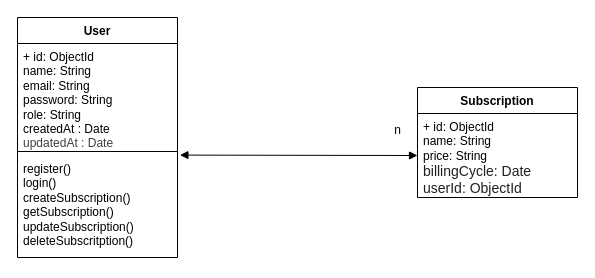
Above: digrammes/class.drawio in walidnoussir/API-SubLedger (draw.io), before the change. Source tidied: cells renumbered, new cells numbered last; positions are measured from the earlier drawing's top-left corner, leaving out a move shared by most shapes. Both pictures are drawn from the tidied source at 100%, with x=0, y=0 at pixel (17, 17).
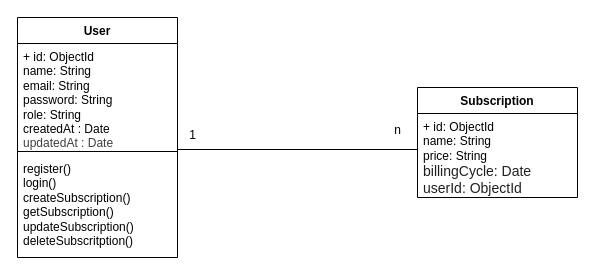
The same page after the edit.

Diff of the diagram source:
```diff
@@
 <mxGraphModel>
   <root>
     <mxCell id="0" />
     <mxCell id="1" parent="0" />
     <mxCell id="2" value="User" style="swimlane;fontStyle=1;align=center;verticalAlign=top;horizontal=1;startSize=26;whiteSpace=wrap;html=1;" parent="1" vertex="1">
       <mxGeometry width="160" height="240" as="geometry" />
     </mxCell>
     <mxCell id="3" value="+ id: ObjectId&lt;div&gt;name: String&lt;/div&gt;&lt;div&gt;email: String&lt;/div&gt;&lt;div&gt;password: String&lt;/div&gt;&lt;div&gt;role: String&lt;/div&gt;&lt;div&gt;createdAt : Date&lt;/div&gt;&lt;div&gt;&lt;div style=&quot;color: rgb(63, 63, 63); scrollbar-color: rgb(226, 226, 226) rgb(251, 251, 251);&quot;&gt;updatedAt : Date&lt;/div&gt;&lt;div style=&quot;color: rgb(63, 63, 63); scrollbar-color: rgb(226, 226, 226) rgb(251, 251, 251);&quot;&gt;&lt;br style=&quot;color: rgb(63, 63, 63); scrollbar-color: rgb(226, 226, 226) rgb(251, 251, 251);&quot;&gt;&lt;/div&gt;&lt;/div&gt;" style="text;strokeColor=none;fillColor=none;align=left;verticalAlign=top;spacingLeft=4;spacingRight=4;overflow=hidden;whiteSpace=wrap;html=1;" parent="2" vertex="1">
       <mxGeometry y="26" width="160" height="104" as="geometry" />
     </mxCell>
     <mxCell id="4" style="line;strokeWidth=1;fillColor=none;align=left;verticalAlign=middle;spacingTop=-1;spacingLeft=3;spacingRight=3;labelPosition=right;strokeColor=inherit;" parent="2" vertex="1">
       <mxGeometry y="130" width="160" height="8" as="geometry" />
     </mxCell>
     <mxCell id="5" value="&lt;div&gt;register()&lt;/div&gt;login()&lt;div&gt;createSubscription()&lt;/div&gt;&lt;div&gt;getSubscription()&lt;/div&gt;&lt;div&gt;updateSubscription()&lt;/div&gt;&lt;div&gt;deleteSubscritption()&lt;/div&gt;" style="text;strokeColor=none;fillColor=none;align=left;verticalAlign=top;spacingLeft=4;spacingRight=4;overflow=hidden;points=[[0,0.5],[1,0.5]];portConstraint=eastwest;whiteSpace=wrap;html=1;" parent="2" vertex="1">
       <mxGeometry y="138" width="160" height="102" as="geometry" />
     </mxCell>
     <mxCell id="6" value="Subscription&lt;div&gt;&lt;br&gt;&lt;/div&gt;" style="swimlane;fontStyle=1;align=center;verticalAlign=top;horizontal=1;startSize=26;whiteSpace=wrap;html=1;" parent="1" vertex="1">
       <mxGeometry x="400" y="70" width="160" height="110" as="geometry" />
     </mxCell>
     <mxCell id="7" value="+ id: ObjectId&lt;div&gt;&lt;font color=&quot;#000000&quot;&gt;name: String&lt;/font&gt;&lt;div&gt;&lt;font style=&quot;scrollbar-color: rgb(226, 226, 226) rgb(251, 251, 251);&quot;&gt;price: String&lt;br style=&quot;color: rgb(63, 63, 63); scrollbar-color: rgb(226, 226, 226) rgb(251, 251, 251);&quot;&gt;&lt;/font&gt;&lt;div style=&quot;color: rgb(63, 63, 63); scrollbar-color: rgb(226, 226, 226) rgb(251, 251, 251);&quot;&gt;&lt;span style=&quot;color: rgba(0, 0, 0, 0.88); font-family: &amp;quot;Nunito Sans&amp;quot;, &amp;quot;sans-serif&amp;quot;; font-size: 14px; background-color: rgb(255, 255, 255);&quot;&gt;billingCycle: Date&lt;/span&gt;&lt;/div&gt;&lt;/div&gt;&lt;div style=&quot;color: rgb(63, 63, 63); scrollbar-color: rgb(226, 226, 226) rgb(251, 251, 251);&quot;&gt;&lt;span style=&quot;color: rgba(0, 0, 0, 0.88); font-family: &amp;quot;Nunito Sans&amp;quot;, &amp;quot;sans-serif&amp;quot;; font-size: 14px; background-color: rgb(255, 255, 255);&quot;&gt;userId: ObjectId&lt;/span&gt;&lt;/div&gt;&lt;/div&gt;" style="text;strokeColor=none;fillColor=none;align=left;verticalAlign=top;spacingLeft=4;spacingRight=4;overflow=hidden;points=[[0,0.5],[1,0.5]];portConstraint=eastwest;whiteSpace=wrap;html=1;" parent="6" vertex="1">
       <mxGeometry y="26" width="160" height="84" as="geometry" />
     </mxCell>
     <mxCell id="8" value="n" style="text;html=1;align=center;verticalAlign=middle;strokeColor=none;fillColor=none;" parent="1" vertex="1">
       <mxGeometry x="365" y="98" width="30" height="30" as="geometry" />
     </mxCell>
-    <mxCell id="9" style="endArrow=block;startArrow=block;endFill=1;startFill=1;html=1;entryX=0;entryY=0.5;entryDx=0;entryDy=0;exitX=1.015;exitY=-0.004;exitDx=0;exitDy=0;exitPerimeter=0;" parent="1" edge="1" source="5" target="7">
-      <mxGeometry relative="1" as="geometry" />
-    </mxCell>
+    <mxCell id="10" value="1&lt;div&gt;&lt;br&gt;&lt;/div&gt;" style="text;html=1;align=center;verticalAlign=middle;strokeColor=none;fillColor=none;" parent="1" vertex="1">
+      <mxGeometry x="160" y="105" width="30" height="40" as="geometry" />
+    </mxCell>
+    <mxCell id="11" style="line;strokeWidth=1;fillColor=none;align=left;verticalAlign=middle;spacingTop=-1;spacingLeft=3;spacingRight=3;labelPosition=right;strokeColor=inherit;" parent="1" vertex="1">
+      <mxGeometry x="160" y="128" width="240" height="8" as="geometry" />
+    </mxCell>
   </root>
 </mxGraphModel>
```
